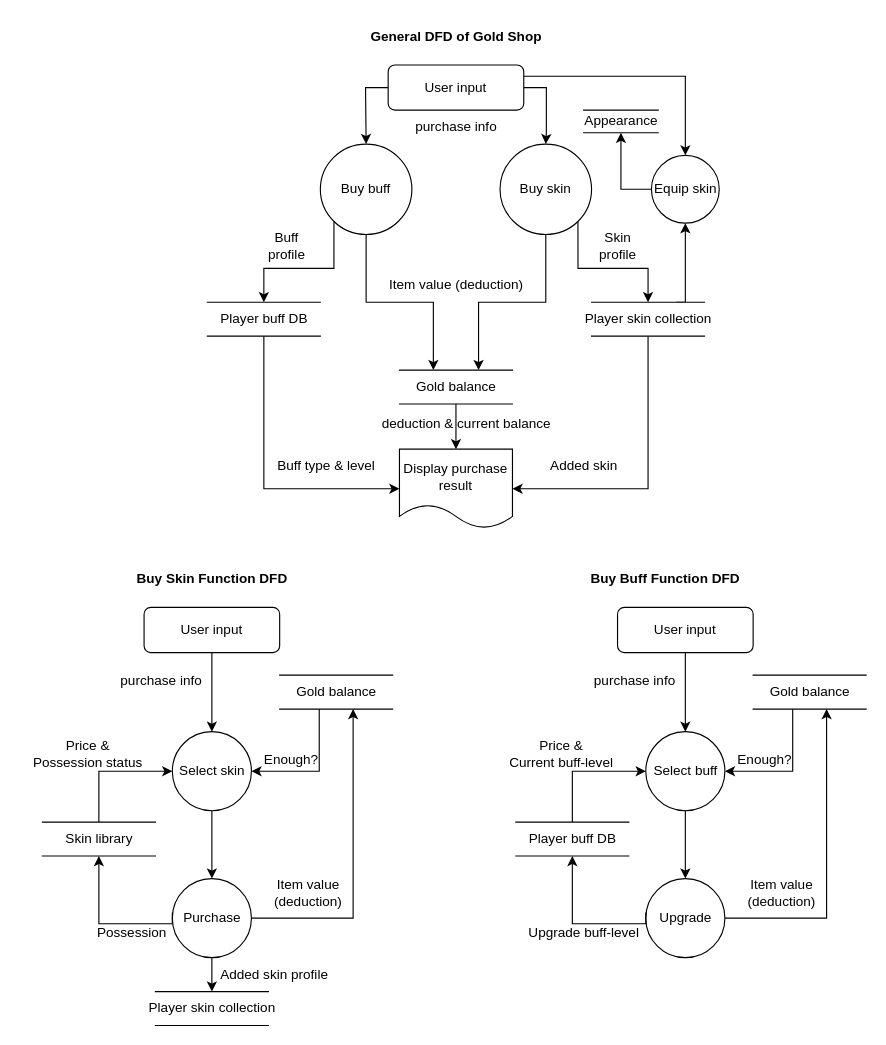
Before: DFD_Shop.drawio in Dinomancer/CSCI3100-Project-Pacman, a draw.io diagram. Source tidied: cells renumbered, new cells numbered last; positions are measured from the earlier drawing's top-left corner, leaving out a move shared by most shapes. Both pictures are drawn from the tidied source at 113%, with x=0, y=0 at pixel (19, 19).
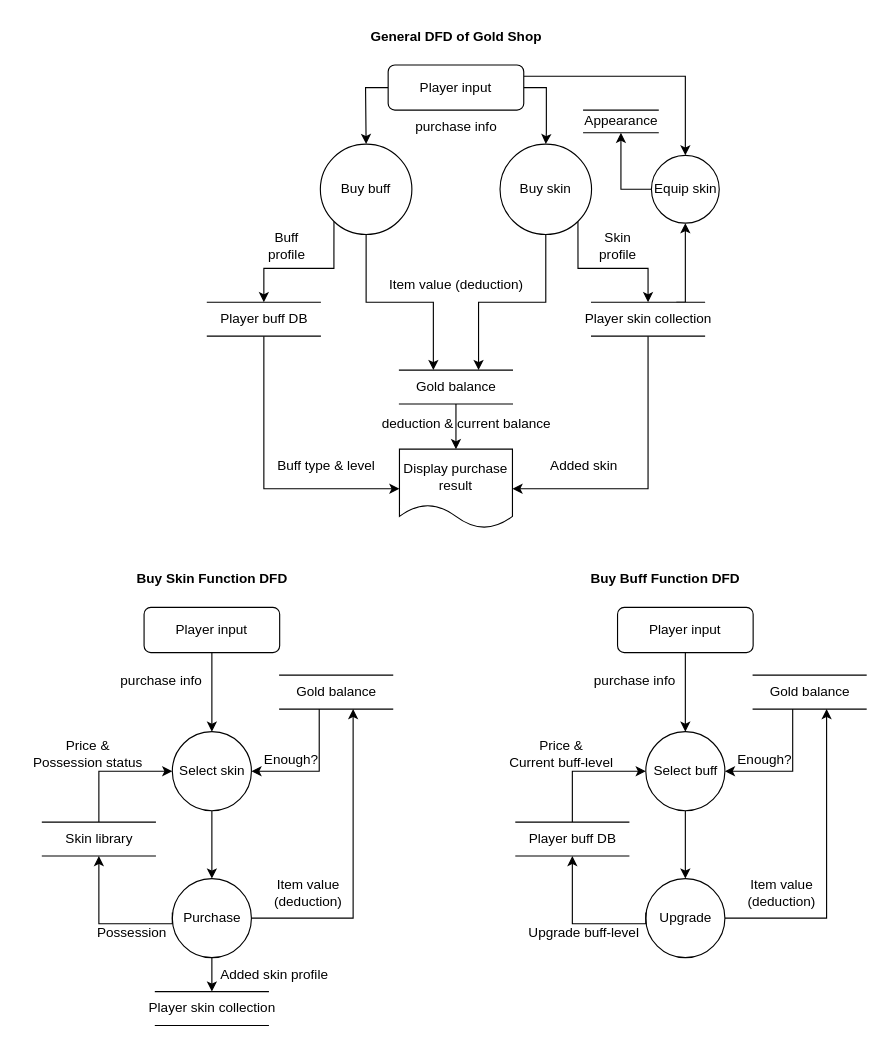
After the change.

The edit, as a diff of the source:
```diff
@@
-    <mxCell id="5" value="User input" style="rounded=1;whiteSpace=wrap;html=1;fontSize=12;glass=0;strokeWidth=1;shadow=0;" parent="1" vertex="1">
+    <mxCell id="5" value="Player input" style="rounded=1;whiteSpace=wrap;html=1;fontSize=12;glass=0;strokeWidth=1;shadow=0;" parent="1" vertex="1">
       <mxGeometry x="326" y="40" width="120" height="40" as="geometry" />
     </mxCell>
@@
-    <mxCell id="33" value="User input" style="rounded=1;whiteSpace=wrap;html=1;fontSize=12;glass=0;strokeWidth=1;shadow=0;" parent="1" vertex="1">
+    <mxCell id="33" value="Player input" style="rounded=1;whiteSpace=wrap;html=1;fontSize=12;glass=0;strokeWidth=1;shadow=0;" parent="1" vertex="1">
       <mxGeometry x="529" y="520" width="120" height="40" as="geometry" />
     </mxCell>
@@
-    <mxCell id="49" value="User input" style="rounded=1;whiteSpace=wrap;html=1;fontSize=12;glass=0;strokeWidth=1;shadow=0;" parent="1" vertex="1">
+    <mxCell id="49" value="Player input" style="rounded=1;whiteSpace=wrap;html=1;fontSize=12;glass=0;strokeWidth=1;shadow=0;" parent="1" vertex="1">
       <mxGeometry x="110" y="520" width="120" height="40" as="geometry" />
     </mxCell>
```
